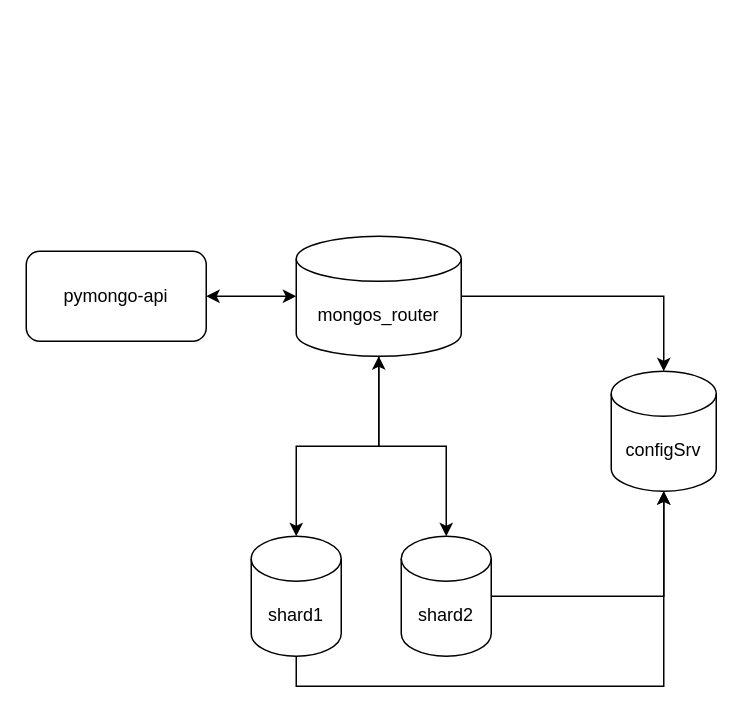
Above: diagrams/task1.drawio in Alteracia/practicum_black-friday (draw.io), before the change. Source tidied: cells renumbered, new cells numbered last; positions are measured from the earlier drawing's top-left corner, leaving out a move shared by most shapes. Both pictures are drawn from the tidied source at 150%, with x=0, y=0 at pixel (26, 236).
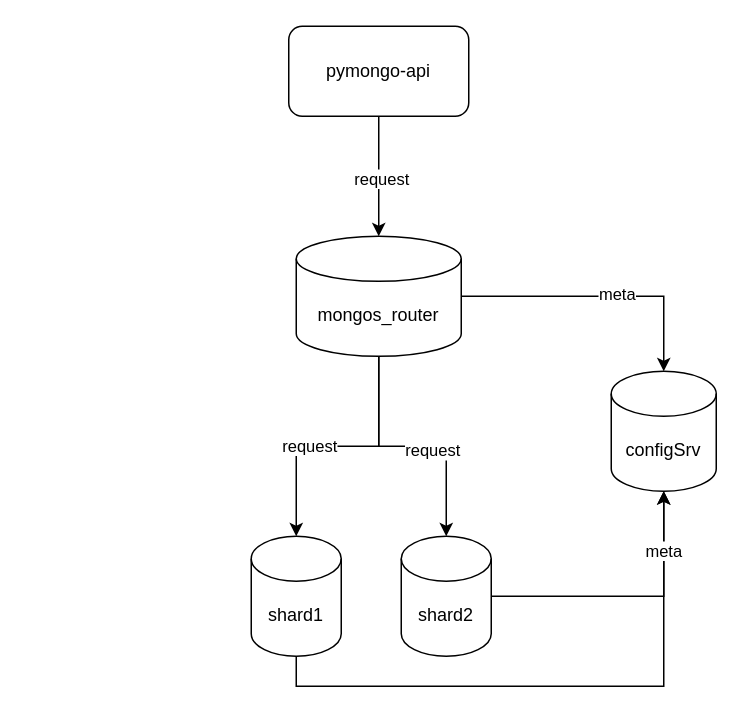
The same page after the edit.

Diff of the diagram source:
```diff
@@
 <mxGraphModel>
   <root>
     <mxCell id="0" />
     <mxCell id="1" parent="0" />
     <mxCell id="2" value="shard1" style="shape=cylinder3;whiteSpace=wrap;html=1;boundedLbl=1;backgroundOutline=1;size=15;" parent="1" vertex="1">
       <mxGeometry x="150" y="200" width="60" height="80" as="geometry" />
     </mxCell>
-    <mxCell id="3" style="edgeStyle=orthogonalEdgeStyle;rounded=0;jettySize=auto;html=1;entryX=0;entryY=0.5;entryDx=0;entryDy=0;entryPerimeter=0;startArrow=classic;startFill=1;" parent="1" edge="1" source="4" target="5">
+    <mxCell id="3" style="edgeStyle=orthogonalEdgeStyle;rounded=0;jettySize=auto;html=1;startArrow=none;startFill=0;" parent="1" edge="1" source="4" target="5">
       <mxGeometry relative="1" as="geometry" />
     </mxCell>
+    <mxCell id="13" value="request" style="edgeLabel;html=1;align=center;verticalAlign=middle;" parent="3" vertex="1">
+      <mxGeometry x="0.03" y="1" relative="1" as="geometry" />
+    </mxCell>
     <mxCell id="4" value="pymongo-api" style="rounded=1;whiteSpace=wrap;html=1;" parent="1" vertex="1">
-      <mxGeometry y="10" width="120" height="60" as="geometry" />
+      <mxGeometry x="175" y="-140" width="120" height="60" as="geometry" />
     </mxCell>
     <mxCell id="5" value="mongos_router" style="shape=cylinder3;whiteSpace=wrap;html=1;boundedLbl=1;backgroundOutline=1;size=15;" parent="1" vertex="1">
       <mxGeometry x="180" width="110" height="80" as="geometry" />
     </mxCell>
     <mxCell id="6" value="shard2" style="shape=cylinder3;whiteSpace=wrap;html=1;boundedLbl=1;backgroundOutline=1;size=15;" parent="1" vertex="1">
       <mxGeometry x="250" y="200" width="60" height="80" as="geometry" />
     </mxCell>
     <mxCell id="7" style="edgeStyle=orthogonalEdgeStyle;rounded=0;jettySize=auto;html=1;entryX=0.5;entryY=0;entryDx=0;entryDy=0;entryPerimeter=0;" parent="1" edge="1" source="5" target="2">
       <mxGeometry relative="1" as="geometry" />
     </mxCell>
+    <mxCell id="14" value="request" style="edgeLabel;html=1;align=center;verticalAlign=middle;" parent="7" vertex="1">
+      <mxGeometry x="0.22" y="-1" relative="1" as="geometry" />
+    </mxCell>
-    <mxCell id="8" style="edgeStyle=orthogonalEdgeStyle;rounded=0;jettySize=auto;html=1;entryX=0.5;entryY=0;entryDx=0;entryDy=0;entryPerimeter=0;startArrow=classic;startFill=1;" parent="1" edge="1" source="5" target="6">
+    <mxCell id="8" style="edgeStyle=orthogonalEdgeStyle;rounded=0;jettySize=auto;html=1;entryX=0.5;entryY=0;entryDx=0;entryDy=0;entryPerimeter=0;startArrow=none;startFill=0;" parent="1" edge="1" source="5" target="6">
       <mxGeometry relative="1" as="geometry" />
     </mxCell>
+    <mxCell id="15" value="request" style="edgeLabel;html=1;align=center;verticalAlign=middle;" parent="8" vertex="1">
+      <mxGeometry x="0.15" y="-2" relative="1" as="geometry" />
+    </mxCell>
     <mxCell id="9" value="configSrv" style="shape=cylinder3;whiteSpace=wrap;html=1;boundedLbl=1;backgroundOutline=1;size=15;" parent="1" vertex="1">
       <mxGeometry x="390" y="90" width="70" height="80" as="geometry" />
     </mxCell>
     <mxCell id="10" style="edgeStyle=orthogonalEdgeStyle;rounded=0;jettySize=auto;html=1;entryX=0.5;entryY=0;entryDx=0;entryDy=0;entryPerimeter=0;" parent="1" edge="1" source="5" target="9">
       <mxGeometry relative="1" as="geometry" />
     </mxCell>
+    <mxCell id="16" value="meta" style="edgeLabel;html=1;align=center;verticalAlign=middle;" parent="10" vertex="1">
+      <mxGeometry x="0.11" y="2" relative="1" as="geometry" />
+    </mxCell>
     <mxCell id="11" style="edgeStyle=orthogonalEdgeStyle;rounded=0;jettySize=auto;html=1;entryX=1;entryY=0.5;entryDx=0;entryDy=0;entryPerimeter=0;exitX=0.5;exitY=1;exitDx=0;exitDy=0;exitPerimeter=0;endArrow=none;endFill=0;startArrow=classic;startFill=1;" parent="1" edge="1" source="9" target="6">
       <mxGeometry relative="1" as="geometry" />
     </mxCell>
     <mxCell id="12" style="edgeStyle=orthogonalEdgeStyle;rounded=0;jettySize=auto;html=1;entryX=0.5;entryY=1;entryDx=0;entryDy=0;entryPerimeter=0;exitX=0.5;exitY=1;exitDx=0;exitDy=0;exitPerimeter=0;" parent="1" edge="1" source="2" target="9">
       <mxGeometry relative="1" as="geometry" />
     </mxCell>
+    <mxCell id="17" value="meta" style="edgeLabel;html=1;align=center;verticalAlign=middle;" parent="12" vertex="1">
+      <mxGeometry x="0.8" y="1" relative="1" as="geometry" />
+    </mxCell>
   </root>
 </mxGraphModel>
```
